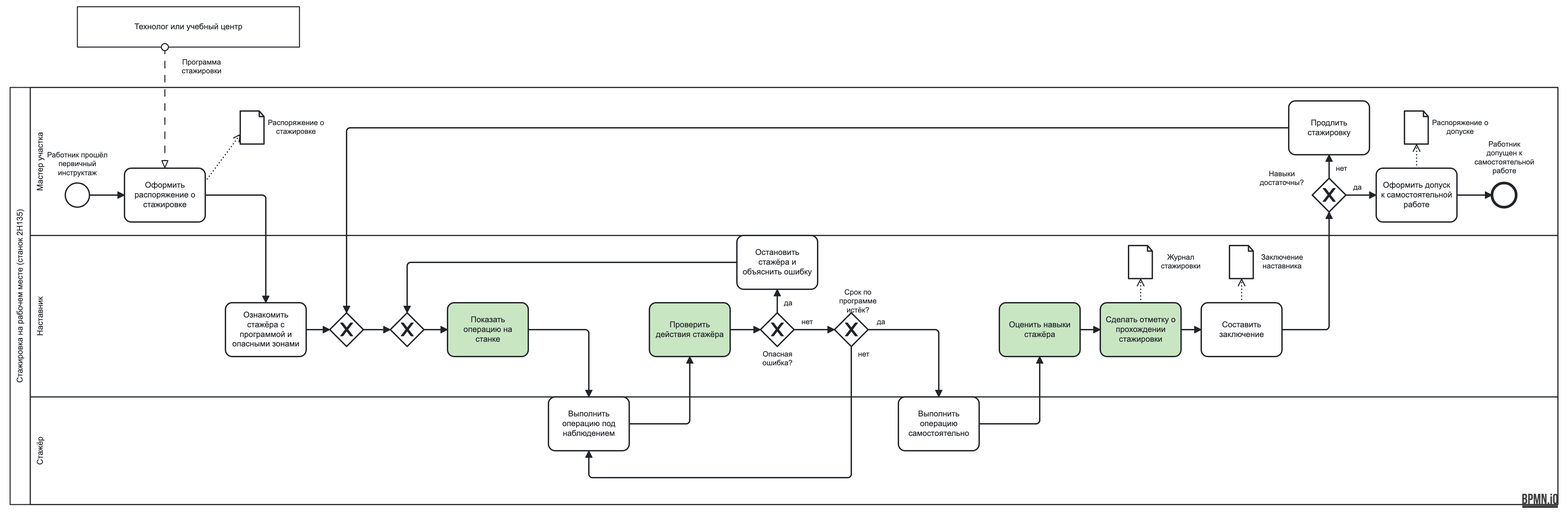
kotel24/ar-trainer keeps this BPMN diagram as models/bpmn.png. Above is the earlier version. Its source is kept beside it as models/bpmn.bpmn. Ids are renumbered.
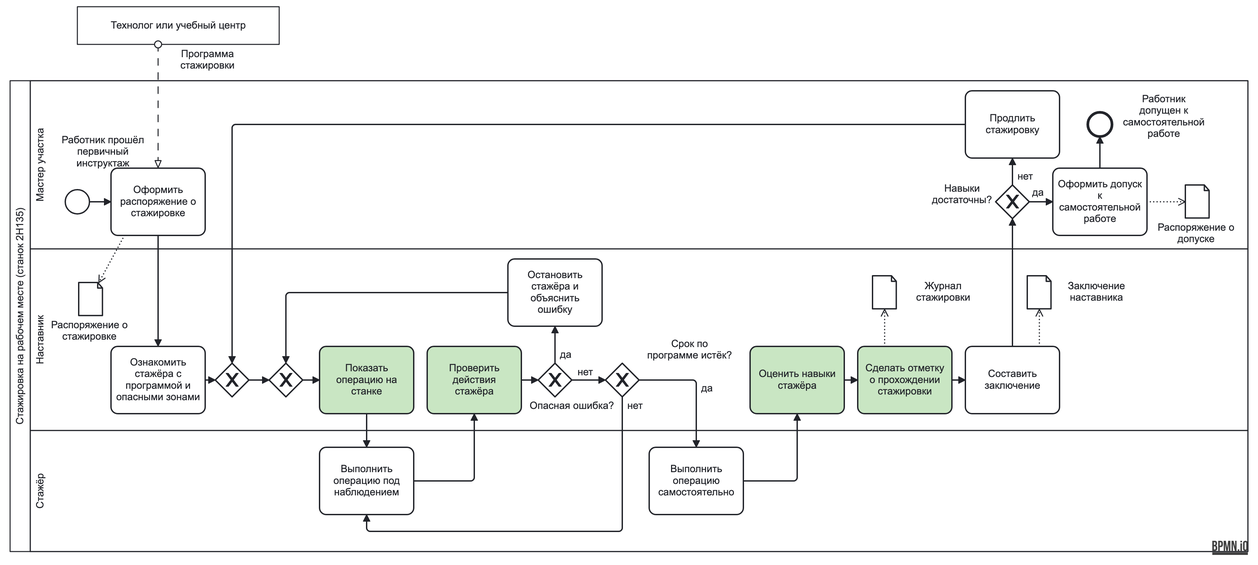
The same file after the commit.

Change to the diagram source:
```diff
@@ -148,60 +148,60 @@
   </bpmn:process>
   <bpmndi:BPMNDiagram id="Diagram_internship">
     <bpmndi:BPMNPlane id="Plane_internship" bpmnElement="Collaboration_internship">
-      <bpmndi:BPMNShape id="P_internship_di" bpmnElement="P_internship" isHorizontal="true"><dc:Bounds x="100" y="140" width="2300" height="620" /></bpmndi:BPMNShape>
-      <bpmndi:BPMNShape id="P_safety_di" bpmnElement="P_safety" isHorizontal="true"><dc:Bounds x="200" y="20" width="330" height="60" /></bpmndi:BPMNShape>
-      <bpmndi:BPMNShape id="L_master_di" bpmnElement="L_master" isHorizontal="true"><dc:Bounds x="130" y="140" width="2270" height="220" /></bpmndi:BPMNShape>
-      <bpmndi:BPMNShape id="L_mentor_di" bpmnElement="L_mentor" isHorizontal="true"><dc:Bounds x="130" y="360" width="2270" height="240" /></bpmndi:BPMNShape>
-      <bpmndi:BPMNShape id="L_trainee_di" bpmnElement="L_trainee" isHorizontal="true"><dc:Bounds x="130" y="600" width="2270" height="160" /></bpmndi:BPMNShape>
-      <bpmndi:BPMNShape id="Start_di" bpmnElement="Start"><dc:Bounds x="182" y="282" width="36" height="36" /><bpmndi:BPMNLabel><dc:Bounds x="155" y="234" width="90" height="42" /></bpmndi:BPMNLabel></bpmndi:BPMNShape>
-      <bpmndi:BPMNShape id="T_order_di" bpmnElement="T_order"><dc:Bounds x="270" y="260" width="120" height="80" /></bpmndi:BPMNShape>
-      <bpmndi:BPMNShape id="T_intro_di" bpmnElement="T_intro"><dc:Bounds x="420" y="460" width="120" height="80" /></bpmndi:BPMNShape>
-      <bpmndi:BPMNShape id="G_mergeA_di" bpmnElement="G_mergeA" isMarkerVisible="true"><dc:Bounds x="575" y="475" width="50" height="50" /></bpmndi:BPMNShape>
-      <bpmndi:BPMNShape id="G_mergeB_di" bpmnElement="G_mergeB" isMarkerVisible="true"><dc:Bounds x="665" y="475" width="50" height="50" /></bpmndi:BPMNShape>
-      <bpmndi:BPMNShape id="T_show_di" bpmnElement="T_show" bioc:fill="#c6e5c0" color:background-color="#c6e5c0"><dc:Bounds x="750" y="460" width="120" height="80" /></bpmndi:BPMNShape>
-      <bpmndi:BPMNShape id="T_watch_di" bpmnElement="T_watch"><dc:Bounds x="900" y="600" width="120" height="80" /></bpmndi:BPMNShape>
-      <bpmndi:BPMNShape id="T_check_di" bpmnElement="T_check" bioc:fill="#c6e5c0" color:background-color="#c6e5c0"><dc:Bounds x="1050" y="460" width="120" height="80" /></bpmndi:BPMNShape>
-      <bpmndi:BPMNShape id="G_danger_di" bpmnElement="G_danger" isMarkerVisible="true"><dc:Bounds x="1215" y="475" width="50" height="50" /><bpmndi:BPMNLabel><dc:Bounds x="1195" y="530" width="90" height="28" /></bpmndi:BPMNLabel></bpmndi:BPMNShape>
-      <bpmndi:BPMNShape id="T_stop_di" bpmnElement="T_stop"><dc:Bounds x="1180" y="360" width="120" height="80" /></bpmndi:BPMNShape>
-      <bpmndi:BPMNShape id="G_term_di" bpmnElement="G_term" isMarkerVisible="true"><dc:Bounds x="1325" y="475" width="50" height="50" /><bpmndi:BPMNLabel><dc:Bounds x="1310" y="438" width="100" height="28" /></bpmndi:BPMNLabel></bpmndi:BPMNShape>
-      <bpmndi:BPMNShape id="T_self_di" bpmnElement="T_self"><dc:Bounds x="1420" y="600" width="120" height="80" /></bpmndi:BPMNShape>
-      <bpmndi:BPMNShape id="T_eval_di" bpmnElement="T_eval" bioc:fill="#c6e5c0" color:background-color="#c6e5c0"><dc:Bounds x="1570" y="460" width="120" height="80" /></bpmndi:BPMNShape>
-      <bpmndi:BPMNShape id="T_mark_di" bpmnElement="T_mark" bioc:fill="#c6e5c0" color:background-color="#c6e5c0"><dc:Bounds x="1720" y="460" width="120" height="80" /></bpmndi:BPMNShape>
-      <bpmndi:BPMNShape id="T_concl_di" bpmnElement="T_concl"><dc:Bounds x="1870" y="460" width="120" height="80" /></bpmndi:BPMNShape>
-      <bpmndi:BPMNShape id="G_skills_di" bpmnElement="G_skills" isMarkerVisible="true"><dc:Bounds x="2035" y="275" width="50" height="50" /><bpmndi:BPMNLabel><dc:Bounds x="1945" y="262" width="90" height="28" /></bpmndi:BPMNLabel></bpmndi:BPMNShape>
-      <bpmndi:BPMNShape id="T_extend_di" bpmnElement="T_extend"><dc:Bounds x="2000" y="160" width="120" height="80" /></bpmndi:BPMNShape>
-      <bpmndi:BPMNShape id="T_admit_di" bpmnElement="T_admit"><dc:Bounds x="2130" y="260" width="120" height="80" /></bpmndi:BPMNShape>
-      <bpmndi:BPMNShape id="End_di" bpmnElement="End"><dc:Bounds x="2302" y="282" width="36" height="36" /><bpmndi:BPMNLabel><dc:Bounds x="2275" y="218" width="90" height="56" /></bpmndi:BPMNLabel></bpmndi:BPMNShape>
-      <bpmndi:BPMNShape id="R_DO_order_di" bpmnElement="R_DO_order"><dc:Bounds x="442" y="175" width="36" height="50" /><bpmndi:BPMNLabel><dc:Bounds x="480" y="186" width="90" height="28" /></bpmndi:BPMNLabel></bpmndi:BPMNShape>
-      <bpmndi:BPMNShape id="R_DO_log_di" bpmnElement="R_DO_log"><dc:Bounds x="1762" y="375" width="36" height="50" /><bpmndi:BPMNLabel><dc:Bounds x="1800" y="386" width="80" height="28" /></bpmndi:BPMNLabel></bpmndi:BPMNShape>
-      <bpmndi:BPMNShape id="R_DO_concl_di" bpmnElement="R_DO_concl"><dc:Bounds x="1912" y="375" width="36" height="50" /><bpmndi:BPMNLabel><dc:Bounds x="1950" y="386" width="80" height="28" /></bpmndi:BPMNLabel></bpmndi:BPMNShape>
-      <bpmndi:BPMNShape id="R_DO_admit_di" bpmnElement="R_DO_admit"><dc:Bounds x="2172" y="175" width="36" height="50" /><bpmndi:BPMNLabel><dc:Bounds x="2210" y="186" width="90" height="28" /></bpmndi:BPMNLabel></bpmndi:BPMNShape>
-      <bpmndi:BPMNEdge id="F_1_di" bpmnElement="F_1"><di:waypoint x="218" y="300" /><di:waypoint x="270" y="300" /></bpmndi:BPMNEdge>
-      <bpmndi:BPMNEdge id="F_2_di" bpmnElement="F_2"><di:waypoint x="390" y="300" /><di:waypoint x="480" y="300" /><di:waypoint x="480" y="460" /></bpmndi:BPMNEdge>
-      <bpmndi:BPMNEdge id="F_3_di" bpmnElement="F_3"><di:waypoint x="540" y="500" /><di:waypoint x="575" y="500" /></bpmndi:BPMNEdge>
-      <bpmndi:BPMNEdge id="F_4_di" bpmnElement="F_4"><di:waypoint x="625" y="500" /><di:waypoint x="665" y="500" /></bpmndi:BPMNEdge>
-      <bpmndi:BPMNEdge id="F_5_di" bpmnElement="F_5"><di:waypoint x="715" y="500" /><di:waypoint x="750" y="500" /></bpmndi:BPMNEdge>
-      <bpmndi:BPMNEdge id="F_6_di" bpmnElement="F_6"><di:waypoint x="870" y="500" /><di:waypoint x="960" y="500" /><di:waypoint x="960" y="600" /></bpmndi:BPMNEdge>
-      <bpmndi:BPMNEdge id="F_7_di" bpmnElement="F_7"><di:waypoint x="1020" y="640" /><di:waypoint x="1110" y="640" /><di:waypoint x="1110" y="540" /></bpmndi:BPMNEdge>
-      <bpmndi:BPMNEdge id="F_8_di" bpmnElement="F_8"><di:waypoint x="1170" y="500" /><di:waypoint x="1215" y="500" /></bpmndi:BPMNEdge>
-      <bpmndi:BPMNEdge id="F_9_di" bpmnElement="F_9"><di:waypoint x="1240" y="475" /><di:waypoint x="1240" y="440" /><bpmndi:BPMNLabel><dc:Bounds x="1246" y="454" width="20" height="14" /></bpmndi:BPMNLabel></bpmndi:BPMNEdge>
-      <bpmndi:BPMNEdge id="F_10_di" bpmnElement="F_10"><di:waypoint x="1180" y="400" /><di:waypoint x="690" y="400" /><di:waypoint x="690" y="475" /></bpmndi:BPMNEdge>
-      <bpmndi:BPMNEdge id="F_11_di" bpmnElement="F_11"><di:waypoint x="1265" y="500" /><di:waypoint x="1325" y="500" /><bpmndi:BPMNLabel><dc:Bounds x="1272" y="482" width="24" height="14" /></bpmndi:BPMNLabel></bpmndi:BPMNEdge>
-      <bpmndi:BPMNEdge id="F_12_di" bpmnElement="F_12"><di:waypoint x="1350" y="525" /><di:waypoint x="1350" y="720" /><di:waypoint x="960" y="720" /><di:waypoint x="960" y="680" /><bpmndi:BPMNLabel><dc:Bounds x="1356" y="530" width="24" height="14" /></bpmndi:BPMNLabel></bpmndi:BPMNEdge>
-      <bpmndi:BPMNEdge id="F_13_di" bpmnElement="F_13"><di:waypoint x="1375" y="500" /><di:waypoint x="1480" y="500" /><di:waypoint x="1480" y="600" /><bpmndi:BPMNLabel><dc:Bounds x="1384" y="482" width="20" height="14" /></bpmndi:BPMNLabel></bpmndi:BPMNEdge>
-      <bpmndi:BPMNEdge id="F_14_di" bpmnElement="F_14"><di:waypoint x="1540" y="640" /><di:waypoint x="1630" y="640" /><di:waypoint x="1630" y="540" /></bpmndi:BPMNEdge>
-      <bpmndi:BPMNEdge id="F_15_di" bpmnElement="F_15"><di:waypoint x="1690" y="500" /><di:waypoint x="1720" y="500" /></bpmndi:BPMNEdge>
-      <bpmndi:BPMNEdge id="F_16_di" bpmnElement="F_16"><di:waypoint x="1840" y="500" /><di:waypoint x="1870" y="500" /></bpmndi:BPMNEdge>
-      <bpmndi:BPMNEdge id="F_17_di" bpmnElement="F_17"><di:waypoint x="1990" y="500" /><di:waypoint x="2060" y="500" /><di:waypoint x="2060" y="325" /></bpmndi:BPMNEdge>
-      <bpmndi:BPMNEdge id="F_18_di" bpmnElement="F_18"><di:waypoint x="2085" y="300" /><di:waypoint x="2130" y="300" /><bpmndi:BPMNLabel><dc:Bounds x="2092" y="282" width="20" height="14" /></bpmndi:BPMNLabel></bpmndi:BPMNEdge>
-      <bpmndi:BPMNEdge id="F_19_di" bpmnElement="F_19"><di:waypoint x="2060" y="275" /><di:waypoint x="2060" y="240" /><bpmndi:BPMNLabel><dc:Bounds x="2066" y="254" width="24" height="14" /></bpmndi:BPMNLabel></bpmndi:BPMNEdge>
-      <bpmndi:BPMNEdge id="F_20_di" bpmnElement="F_20"><di:waypoint x="2000" y="200" /><di:waypoint x="600" y="200" /><di:waypoint x="600" y="475" /></bpmndi:BPMNEdge>
-      <bpmndi:BPMNEdge id="F_21_di" bpmnElement="F_21"><di:waypoint x="2250" y="300" /><di:waypoint x="2302" y="300" /></bpmndi:BPMNEdge>
-      <bpmndi:BPMNEdge id="A_DO_order_di" bpmnElement="A_DO_order"><di:waypoint x="390" y="280" /><di:waypoint x="442" y="210" /></bpmndi:BPMNEdge>
-      <bpmndi:BPMNEdge id="A_DO_log_di" bpmnElement="A_DO_log"><di:waypoint x="1780" y="460" /><di:waypoint x="1780" y="425" /></bpmndi:BPMNEdge>
-      <bpmndi:BPMNEdge id="A_DO_concl_di" bpmnElement="A_DO_concl"><di:waypoint x="1930" y="460" /><di:waypoint x="1930" y="425" /></bpmndi:BPMNEdge>
-      <bpmndi:BPMNEdge id="A_DO_admit_di" bpmnElement="A_DO_admit"><di:waypoint x="2190" y="260" /><di:waypoint x="2190" y="225" /></bpmndi:BPMNEdge>
-      <bpmndi:BPMNEdge id="M_program_di" bpmnElement="M_program"><di:waypoint x="330" y="80" /><di:waypoint x="330" y="260" /><bpmndi:BPMNLabel><dc:Bounds x="340" y="96" width="90" height="28" /></bpmndi:BPMNLabel></bpmndi:BPMNEdge>
+      <bpmndi:BPMNShape id="P_internship_di" bpmnElement="P_internship" isHorizontal="true"><dc:Bounds x="100" y="130" width="1840" height="700" /></bpmndi:BPMNShape>
+      <bpmndi:BPMNShape id="P_safety_di" bpmnElement="P_safety" isHorizontal="true"><dc:Bounds x="200" y="20" width="300" height="56" /></bpmndi:BPMNShape>
+      <bpmndi:BPMNShape id="L_master_di" bpmnElement="L_master" isHorizontal="true"><dc:Bounds x="130" y="130" width="1810" height="250" /></bpmndi:BPMNShape>
+      <bpmndi:BPMNShape id="L_mentor_di" bpmnElement="L_mentor" isHorizontal="true"><dc:Bounds x="130" y="380" width="1810" height="270" /></bpmndi:BPMNShape>
+      <bpmndi:BPMNShape id="L_trainee_di" bpmnElement="L_trainee" isHorizontal="true"><dc:Bounds x="130" y="650" width="1810" height="180" /></bpmndi:BPMNShape>
+      <bpmndi:BPMNShape id="Start_di" bpmnElement="Start"><dc:Bounds x="182" y="292" width="36" height="36" /><bpmndi:BPMNLabel><dc:Bounds x="175" y="210" width="130" height="50" /></bpmndi:BPMNLabel></bpmndi:BPMNShape>
+      <bpmndi:BPMNShape id="T_order_di" bpmnElement="T_order"><dc:Bounds x="250" y="260" width="140" height="100" /></bpmndi:BPMNShape>
+      <bpmndi:BPMNShape id="T_intro_di" bpmnElement="T_intro"><dc:Bounds x="250" y="525" width="140" height="100" /></bpmndi:BPMNShape>
+      <bpmndi:BPMNShape id="G_mergeA_di" bpmnElement="G_mergeA" isMarkerVisible="true"><dc:Bounds x="405" y="550" width="50" height="50" /></bpmndi:BPMNShape>
+      <bpmndi:BPMNShape id="G_mergeB_di" bpmnElement="G_mergeB" isMarkerVisible="true"><dc:Bounds x="485" y="550" width="50" height="50" /></bpmndi:BPMNShape>
+      <bpmndi:BPMNShape id="T_show_di" bpmnElement="T_show" bioc:fill="#c6e5c0" color:background-color="#c6e5c0"><dc:Bounds x="560" y="525" width="140" height="100" /></bpmndi:BPMNShape>
+      <bpmndi:BPMNShape id="T_watch_di" bpmnElement="T_watch"><dc:Bounds x="560" y="675" width="140" height="100" /></bpmndi:BPMNShape>
+      <bpmndi:BPMNShape id="T_check_di" bpmnElement="T_check" bioc:fill="#c6e5c0" color:background-color="#c6e5c0"><dc:Bounds x="720" y="525" width="140" height="100" /></bpmndi:BPMNShape>
+      <bpmndi:BPMNShape id="G_danger_di" bpmnElement="G_danger" isMarkerVisible="true"><dc:Bounds x="885" y="550" width="50" height="50" /><bpmndi:BPMNLabel><dc:Bounds x="870" y="605" width="130" height="20" /></bpmndi:BPMNLabel></bpmndi:BPMNShape>
+      <bpmndi:BPMNShape id="T_stop_di" bpmnElement="T_stop"><dc:Bounds x="840" y="395" width="140" height="100" /></bpmndi:BPMNShape>
+      <bpmndi:BPMNShape id="G_term_di" bpmnElement="G_term" isMarkerVisible="true"><dc:Bounds x="985" y="550" width="50" height="50" /><bpmndi:BPMNLabel><dc:Bounds x="1045" y="513" width="130" height="38" /></bpmndi:BPMNLabel></bpmndi:BPMNShape>
+      <bpmndi:BPMNShape id="T_self_di" bpmnElement="T_self"><dc:Bounds x="1050" y="675" width="140" height="100" /></bpmndi:BPMNShape>
+      <bpmndi:BPMNShape id="T_eval_di" bpmnElement="T_eval" bioc:fill="#c6e5c0" color:background-color="#c6e5c0"><dc:Bounds x="1200" y="525" width="140" height="100" /></bpmndi:BPMNShape>
+      <bpmndi:BPMNShape id="T_mark_di" bpmnElement="T_mark" bioc:fill="#c6e5c0" color:background-color="#c6e5c0"><dc:Bounds x="1360" y="525" width="140" height="100" /></bpmndi:BPMNShape>
+      <bpmndi:BPMNShape id="T_concl_di" bpmnElement="T_concl"><dc:Bounds x="1520" y="525" width="140" height="100" /></bpmndi:BPMNShape>
+      <bpmndi:BPMNShape id="G_skills_di" bpmnElement="G_skills" isMarkerVisible="true"><dc:Bounds x="1565" y="285" width="50" height="50" /><bpmndi:BPMNLabel><dc:Bounds x="1450" y="282" width="130" height="38" /></bpmndi:BPMNLabel></bpmndi:BPMNShape>
+      <bpmndi:BPMNShape id="T_extend_di" bpmnElement="T_extend"><dc:Bounds x="1520" y="145" width="140" height="100" /></bpmndi:BPMNShape>
+      <bpmndi:BPMNShape id="T_admit_di" bpmnElement="T_admit"><dc:Bounds x="1650" y="260" width="140" height="100" /></bpmndi:BPMNShape>
+      <bpmndi:BPMNShape id="End_di" bpmnElement="End"><dc:Bounds x="1702" y="177" width="36" height="36" /><bpmndi:BPMNLabel><dc:Bounds x="1752" y="149" width="130" height="52" /></bpmndi:BPMNLabel></bpmndi:BPMNShape>
+      <bpmndi:BPMNShape id="R_DO_order_di" bpmnElement="R_DO_order"><dc:Bounds x="202" y="430" width="36" height="50" /><bpmndi:BPMNLabel><dc:Bounds x="155" y="485" width="130" height="38" /></bpmndi:BPMNLabel></bpmndi:BPMNShape>
+      <bpmndi:BPMNShape id="R_DO_log_di" bpmnElement="R_DO_log"><dc:Bounds x="1382" y="420" width="36" height="50" /><bpmndi:BPMNLabel><dc:Bounds x="1422" y="427" width="130" height="38" /></bpmndi:BPMNLabel></bpmndi:BPMNShape>
+      <bpmndi:BPMNShape id="R_DO_concl_di" bpmnElement="R_DO_concl"><dc:Bounds x="1612" y="420" width="36" height="50" /><bpmndi:BPMNLabel><dc:Bounds x="1652" y="427" width="130" height="38" /></bpmndi:BPMNLabel></bpmndi:BPMNShape>
+      <bpmndi:BPMNShape id="R_DO_admit_di" bpmnElement="R_DO_admit"><dc:Bounds x="1847" y="285" width="36" height="50" /><bpmndi:BPMNLabel><dc:Bounds x="1800" y="340" width="130" height="38" /></bpmndi:BPMNLabel></bpmndi:BPMNShape>
+      <bpmndi:BPMNEdge id="F_1_di" bpmnElement="F_1"><di:waypoint x="218" y="310" /><di:waypoint x="250" y="310" /></bpmndi:BPMNEdge>
+      <bpmndi:BPMNEdge id="F_2_di" bpmnElement="F_2"><di:waypoint x="320" y="360" /><di:waypoint x="320" y="525" /></bpmndi:BPMNEdge>
+      <bpmndi:BPMNEdge id="F_3_di" bpmnElement="F_3"><di:waypoint x="390" y="575" /><di:waypoint x="405" y="575" /></bpmndi:BPMNEdge>
+      <bpmndi:BPMNEdge id="F_4_di" bpmnElement="F_4"><di:waypoint x="455" y="575" /><di:waypoint x="485" y="575" /></bpmndi:BPMNEdge>
+      <bpmndi:BPMNEdge id="F_5_di" bpmnElement="F_5"><di:waypoint x="535" y="575" /><di:waypoint x="560" y="575" /></bpmndi:BPMNEdge>
+      <bpmndi:BPMNEdge id="F_6_di" bpmnElement="F_6"><di:waypoint x="630" y="625" /><di:waypoint x="630" y="675" /></bpmndi:BPMNEdge>
+      <bpmndi:BPMNEdge id="F_7_di" bpmnElement="F_7"><di:waypoint x="700" y="725" /><di:waypoint x="790" y="725" /><di:waypoint x="790" y="625" /></bpmndi:BPMNEdge>
+      <bpmndi:BPMNEdge id="F_8_di" bpmnElement="F_8"><di:waypoint x="860" y="575" /><di:waypoint x="885" y="575" /></bpmndi:BPMNEdge>
+      <bpmndi:BPMNEdge id="F_9_di" bpmnElement="F_9"><di:waypoint x="910" y="550" /><di:waypoint x="910" y="495" /><bpmndi:BPMNLabel><dc:Bounds x="916" y="529" width="20" height="18" /></bpmndi:BPMNLabel></bpmndi:BPMNEdge>
+      <bpmndi:BPMNEdge id="F_10_di" bpmnElement="F_10"><di:waypoint x="840" y="445" /><di:waypoint x="510" y="445" /><di:waypoint x="510" y="550" /></bpmndi:BPMNEdge>
+      <bpmndi:BPMNEdge id="F_11_di" bpmnElement="F_11"><di:waypoint x="935" y="575" /><di:waypoint x="985" y="575" /><bpmndi:BPMNLabel><dc:Bounds x="942" y="555" width="26" height="18" /></bpmndi:BPMNLabel></bpmndi:BPMNEdge>
+      <bpmndi:BPMNEdge id="F_12_di" bpmnElement="F_12"><di:waypoint x="1010" y="600" /><di:waypoint x="1010" y="800" /><di:waypoint x="630" y="800" /><di:waypoint x="630" y="775" /><bpmndi:BPMNLabel><dc:Bounds x="1016" y="605" width="26" height="18" /></bpmndi:BPMNLabel></bpmndi:BPMNEdge>
+      <bpmndi:BPMNEdge id="F_13_di" bpmnElement="F_13"><di:waypoint x="1035" y="575" /><di:waypoint x="1120" y="575" /><di:waypoint x="1120" y="675" /><bpmndi:BPMNLabel><dc:Bounds x="1126" y="579" width="20" height="18" /></bpmndi:BPMNLabel></bpmndi:BPMNEdge>
+      <bpmndi:BPMNEdge id="F_14_di" bpmnElement="F_14"><di:waypoint x="1190" y="725" /><di:waypoint x="1270" y="725" /><di:waypoint x="1270" y="625" /></bpmndi:BPMNEdge>
+      <bpmndi:BPMNEdge id="F_15_di" bpmnElement="F_15"><di:waypoint x="1340" y="575" /><di:waypoint x="1360" y="575" /></bpmndi:BPMNEdge>
+      <bpmndi:BPMNEdge id="F_16_di" bpmnElement="F_16"><di:waypoint x="1500" y="575" /><di:waypoint x="1520" y="575" /></bpmndi:BPMNEdge>
+      <bpmndi:BPMNEdge id="F_17_di" bpmnElement="F_17"><di:waypoint x="1590" y="525" /><di:waypoint x="1590" y="335" /></bpmndi:BPMNEdge>
+      <bpmndi:BPMNEdge id="F_18_di" bpmnElement="F_18"><di:waypoint x="1615" y="310" /><di:waypoint x="1650" y="310" /><bpmndi:BPMNLabel><dc:Bounds x="1618" y="288" width="20" height="18" /></bpmndi:BPMNLabel></bpmndi:BPMNEdge>
+      <bpmndi:BPMNEdge id="F_19_di" bpmnElement="F_19"><di:waypoint x="1590" y="285" /><di:waypoint x="1590" y="245" /><bpmndi:BPMNLabel><dc:Bounds x="1596" y="264" width="26" height="18" /></bpmndi:BPMNLabel></bpmndi:BPMNEdge>
+      <bpmndi:BPMNEdge id="F_20_di" bpmnElement="F_20"><di:waypoint x="1520" y="195" /><di:waypoint x="430" y="195" /><di:waypoint x="430" y="550" /></bpmndi:BPMNEdge>
+      <bpmndi:BPMNEdge id="F_21_di" bpmnElement="F_21"><di:waypoint x="1720" y="260" /><di:waypoint x="1720" y="213" /></bpmndi:BPMNEdge>
+      <bpmndi:BPMNEdge id="A_DO_order_di" bpmnElement="A_DO_order"><di:waypoint x="270" y="360" /><di:waypoint x="232" y="430" /></bpmndi:BPMNEdge>
+      <bpmndi:BPMNEdge id="A_DO_log_di" bpmnElement="A_DO_log"><di:waypoint x="1400" y="525" /><di:waypoint x="1400" y="470" /></bpmndi:BPMNEdge>
+      <bpmndi:BPMNEdge id="A_DO_concl_di" bpmnElement="A_DO_concl"><di:waypoint x="1630" y="525" /><di:waypoint x="1630" y="470" /></bpmndi:BPMNEdge>
+      <bpmndi:BPMNEdge id="A_DO_admit_di" bpmnElement="A_DO_admit"><di:waypoint x="1790" y="310" /><di:waypoint x="1847" y="310" /></bpmndi:BPMNEdge>
+      <bpmndi:BPMNEdge id="M_program_di" bpmnElement="M_program"><di:waypoint x="320" y="76" /><di:waypoint x="320" y="260" /><bpmndi:BPMNLabel><dc:Bounds x="330" y="82" width="130" height="38" /></bpmndi:BPMNLabel></bpmndi:BPMNEdge>
     </bpmndi:BPMNPlane>
   </bpmndi:BPMNDiagram>
 </bpmn:definitions>
```
